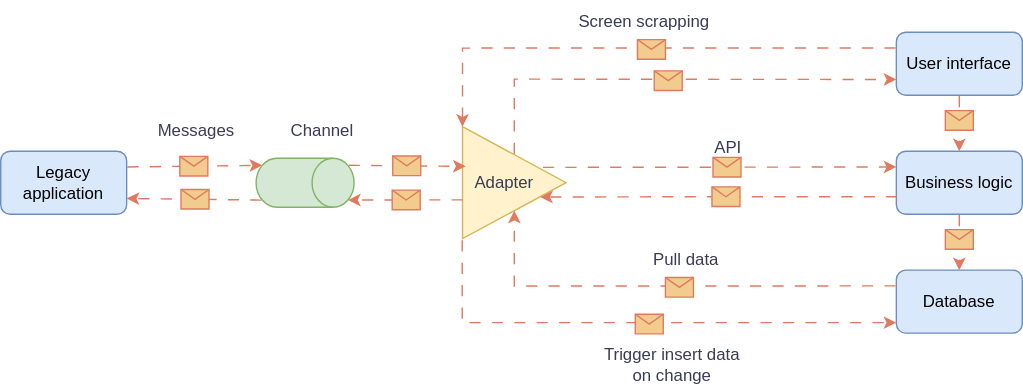
mladenkralev/integration-pattern keeps this draw.io diagram as images/ChannelAdapter.drawio.svg. Above is the earlier version. Source tidied: cells renumbered, new cells last; positions are measured from the earlier drawing's top-left corner, leaving out a move shared by most shapes.
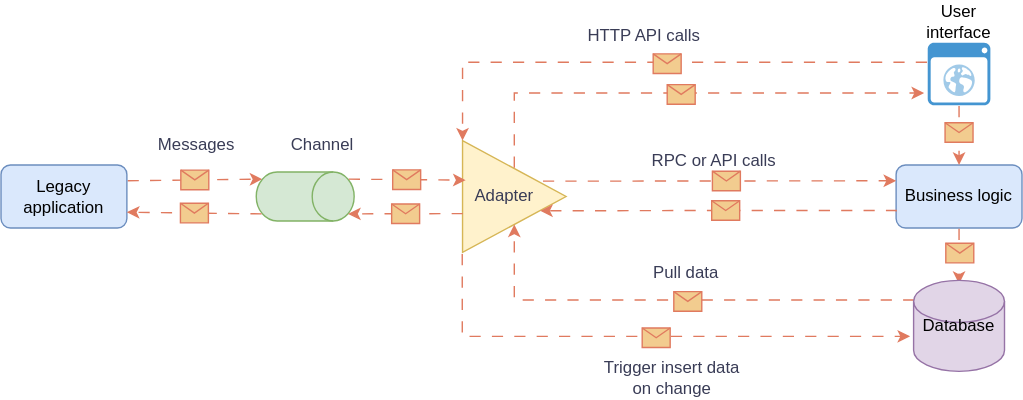
After the commit.

What changed in the source:
```diff
@@ -10,9 +10,6 @@
         <mxPoint x="-10" y="-7" as="offset" />
       </mxGeometry>
     </mxCell>
-    <mxCell id="4" value="User interface" style="rounded=1;whiteSpace=wrap;html=1;labelBackgroundColor=none;fillColor=#dae8fc;strokeColor=#6c8ebf;" parent="1" vertex="1">
-      <mxGeometry x="640" y="22.5" width="90" height="45" as="geometry" />
-    </mxCell>
     <mxCell id="5" value="Channel" style="text;html=1;align=center;verticalAlign=middle;whiteSpace=wrap;rounded=0;fontColor=#393C56;" parent="1" vertex="1">
       <mxGeometry x="180" y="77.5" width="100" height="30" as="geometry" />
     </mxCell>
@@ -25,9 +22,6 @@
     <mxCell id="8" value="Business logic" style="rounded=1;whiteSpace=wrap;html=1;labelBackgroundColor=none;fillColor=#dae8fc;strokeColor=#6c8ebf;" parent="1" vertex="1">
       <mxGeometry x="640" y="107.5" width="90" height="45" as="geometry" />
     </mxCell>
-    <mxCell id="9" value="Database" style="rounded=1;whiteSpace=wrap;html=1;labelBackgroundColor=none;fillColor=#dae8fc;strokeColor=#6c8ebf;" parent="1" vertex="1">
-      <mxGeometry x="640" y="192.5" width="90" height="45" as="geometry" />
-    </mxCell>
     <mxCell id="10" style="triangle;whiteSpace=wrap;html=1;fillColor=#fff2cc;strokeColor=#d6b656;" parent="1" vertex="1">
       <mxGeometry x="330" y="90" width="74" height="80" as="geometry" />
     </mxCell>
@@ -39,7 +33,7 @@
         <mxPoint x="-10" y="-7" as="offset" />
       </mxGeometry>
     </mxCell>
-    <mxCell id="13" style="endArrow=classic;html=1;rounded=0;flowAnimation=1;labelBackgroundColor=none;strokeColor=#E07A5F;fontColor=default;entryX=0.5;entryY=0;entryDx=0;entryDy=0;edgeStyle=orthogonalEdgeStyle;exitX=0.5;exitY=1;exitDx=0;exitDy=0;" parent="1" edge="1" source="4" target="8">
+    <mxCell id="13" style="endArrow=classic;html=1;rounded=0;flowAnimation=1;labelBackgroundColor=none;strokeColor=#E07A5F;fontColor=default;entryX=0.5;entryY=0;entryDx=0;entryDy=0;edgeStyle=orthogonalEdgeStyle;" parent="1" edge="1" source="40" target="8">
       <mxGeometry relative="1" as="geometry" />
     </mxCell>
     <mxCell id="14" style="shape=message;html=1;labelBackgroundColor=none;fillColor=#F2CC8F;strokeColor=#E07A5F;fontColor=#393C56;" parent="13" vertex="1">
@@ -47,8 +41,10 @@
         <mxPoint x="-10" y="-9" as="offset" />
       </mxGeometry>
     </mxCell>
-    <mxCell id="15" style="endArrow=classic;html=1;rounded=0;flowAnimation=1;labelBackgroundColor=none;strokeColor=#E07A5F;fontColor=default;entryX=0.5;entryY=0;entryDx=0;entryDy=0;edgeStyle=orthogonalEdgeStyle;exitX=0.5;exitY=1;exitDx=0;exitDy=0;" parent="1" edge="1" source="8" target="9">
-      <mxGeometry relative="1" as="geometry" />
+    <mxCell id="15" style="endArrow=classic;html=1;rounded=0;flowAnimation=1;labelBackgroundColor=none;strokeColor=#E07A5F;fontColor=default;entryX=0.5;entryY=0;entryDx=0;entryDy=0;edgeStyle=orthogonalEdgeStyle;exitX=0.5;exitY=1;exitDx=0;exitDy=0;" parent="1" edge="1" source="8">
+      <mxGeometry relative="1" as="geometry">
+        <mxPoint x="685" y="192.5" as="targetPoint" />
+      </mxGeometry>
     </mxCell>
     <mxCell id="16" style="shape=message;html=1;labelBackgroundColor=none;fillColor=#F2CC8F;strokeColor=#E07A5F;fontColor=#393C56;" parent="15" vertex="1">
       <mxGeometry width="20" height="14" relative="1" as="geometry">
@@ -91,7 +87,7 @@
     </mxCell>
     <mxCell id="25" style="endArrow=classic;html=1;rounded=0;flowAnimation=1;labelBackgroundColor=none;strokeColor=#E07A5F;fontColor=default;edgeStyle=orthogonalEdgeStyle;startArrow=none;startFill=0;exitX=-0.003;exitY=1.008;exitDx=0;exitDy=0;exitPerimeter=0;" parent="1" edge="1" source="10">
       <mxGeometry relative="1" as="geometry">
-        <mxPoint x="640" y="230" as="targetPoint" />
+        <mxPoint x="650" y="230" as="targetPoint" />
         <Array as="points">
           <mxPoint x="330" y="230" />
         </Array>
@@ -105,9 +101,10 @@
     <mxCell id="27" value="Trigger insert data on change" style="text;html=1;align=center;verticalAlign=middle;whiteSpace=wrap;rounded=0;fontColor=#393C56;" parent="1" vertex="1">
       <mxGeometry x="430" y="245" width="100" height="30" as="geometry" />
     </mxCell>
-    <mxCell id="28" style="endArrow=classic;html=1;rounded=0;flowAnimation=1;labelBackgroundColor=none;strokeColor=#E07A5F;fontColor=default;edgeStyle=orthogonalEdgeStyle;startArrow=none;startFill=0;exitX=0;exitY=0.25;exitDx=0;exitDy=0;entryX=0.5;entryY=1;entryDx=0;entryDy=0;" parent="1" edge="1" source="9" target="10">
+    <mxCell id="28" style="endArrow=classic;html=1;rounded=0;flowAnimation=1;labelBackgroundColor=none;strokeColor=#E07A5F;fontColor=default;edgeStyle=orthogonalEdgeStyle;startArrow=none;startFill=0;exitX=0;exitY=0;exitDx=0;exitDy=15;entryX=0.5;entryY=1;entryDx=0;entryDy=0;exitPerimeter=0;" parent="1" edge="1" source="39" target="10">
       <mxGeometry relative="1" as="geometry">
         <Array as="points">
+          <mxPoint x="653" y="204" />
           <mxPoint x="367" y="204" />
         </Array>
       </mxGeometry>
@@ -120,8 +117,8 @@
     <mxCell id="30" value="Pull data" style="text;html=1;align=center;verticalAlign=middle;whiteSpace=wrap;rounded=0;fontColor=#393C56;" parent="1" vertex="1">
       <mxGeometry x="440" y="170" width="100" height="30" as="geometry" />
     </mxCell>
-    <mxCell id="31" value="API" style="text;html=1;align=center;verticalAlign=middle;whiteSpace=wrap;rounded=0;fontColor=#393C56;" parent="1" vertex="1">
-      <mxGeometry x="470" y="90" width="100" height="30" as="geometry" />
+    <mxCell id="31" value="RPC or API calls" style="text;html=1;align=center;verticalAlign=middle;whiteSpace=wrap;rounded=0;fontColor=#393C56;" parent="1" vertex="1">
+      <mxGeometry x="460" y="90" width="100" height="30" as="geometry" />
     </mxCell>
     <mxCell id="32" style="endArrow=classic;html=1;rounded=0;flowAnimation=1;labelBackgroundColor=none;strokeColor=#E07A5F;fontColor=default;entryX=0.75;entryY=0.628;entryDx=0;entryDy=0;edgeStyle=orthogonalEdgeStyle;exitX=0;exitY=0.75;exitDx=0;exitDy=0;entryPerimeter=0;" parent="1" edge="1" source="8" target="10">
       <mxGeometry relative="1" as="geometry">
@@ -136,12 +133,11 @@
         <mxPoint x="-5" y="-7" as="offset" />
       </mxGeometry>
     </mxCell>
-    <mxCell id="34" style="endArrow=classic;html=1;rounded=0;flowAnimation=1;labelBackgroundColor=none;strokeColor=#E07A5F;fontColor=default;edgeStyle=orthogonalEdgeStyle;startArrow=none;startFill=0;exitX=0;exitY=0.25;exitDx=0;exitDy=0;" parent="1" edge="1" source="4">
+    <mxCell id="34" style="endArrow=classic;html=1;rounded=0;flowAnimation=1;labelBackgroundColor=none;strokeColor=#E07A5F;fontColor=default;edgeStyle=orthogonalEdgeStyle;startArrow=none;startFill=0;" parent="1" edge="1" source="40">
       <mxGeometry relative="1" as="geometry">
         <mxPoint x="330" y="90" as="targetPoint" />
         <Array as="points">
           <mxPoint x="330" y="34" />
-          <mxPoint x="330" y="89" />
         </Array>
       </mxGeometry>
     </mxCell>
@@ -150,8 +146,9 @@
         <mxPoint x="-2" y="-6" as="offset" />
       </mxGeometry>
     </mxCell>
-    <mxCell id="36" style="endArrow=classic;html=1;rounded=0;flowAnimation=1;labelBackgroundColor=none;strokeColor=#E07A5F;fontColor=default;edgeStyle=orthogonalEdgeStyle;startArrow=none;startFill=0;exitX=0.5;exitY=0;exitDx=0;exitDy=0;entryX=0;entryY=0.75;entryDx=0;entryDy=0;" parent="1" edge="1" source="10" target="4">
+    <mxCell id="36" style="endArrow=classic;html=1;rounded=0;flowAnimation=1;labelBackgroundColor=none;strokeColor=#E07A5F;fontColor=default;edgeStyle=orthogonalEdgeStyle;startArrow=none;startFill=0;exitX=0.5;exitY=0;exitDx=0;exitDy=0;" parent="1" edge="1" source="10">
       <mxGeometry relative="1" as="geometry">
+        <mxPoint x="660" y="56" as="targetPoint" />
         <Array as="points">
           <mxPoint x="374" y="56" />
           <mxPoint x="630" y="56" />
@@ -163,8 +160,20 @@
         <mxPoint x="-10" y="-6" as="offset" />
       </mxGeometry>
     </mxCell>
-    <mxCell id="38" value="Screen scrapping" style="text;html=1;align=center;verticalAlign=middle;whiteSpace=wrap;rounded=0;fontColor=#393C56;" parent="1" vertex="1">
+    <mxCell id="38" value="HTTP API calls" style="text;html=1;align=center;verticalAlign=middle;whiteSpace=wrap;rounded=0;fontColor=#393C56;" parent="1" vertex="1">
       <mxGeometry x="410" width="100" height="30" as="geometry" />
     </mxCell>
+    <mxCell id="39" style="shape=cylinder3;whiteSpace=wrap;html=1;boundedLbl=1;backgroundOutline=1;size=15;fillColor=#e1d5e7;strokeColor=#9673a6;" parent="1" vertex="1">
+      <mxGeometry x="652.5" y="190" width="65" height="65" as="geometry" />
+    </mxCell>
+    <mxCell id="9" value="Database" style="text;html=1;align=center;verticalAlign=middle;whiteSpace=wrap;rounded=0;" parent="1" vertex="1">
+      <mxGeometry x="655" y="207.5" width="60" height="30" as="geometry" />
+    </mxCell>
+    <mxCell id="40" style="shadow=0;dashed=0;html=1;strokeColor=none;fillColor=#4495D1;labelPosition=center;verticalLabelPosition=bottom;verticalAlign=top;align=center;outlineConnect=0;shape=mxgraph.veeam.2d.web_ui;" parent="1" vertex="1">
+      <mxGeometry x="662.6" y="20" width="44.8" height="44.8" as="geometry" />
+    </mxCell>
+    <mxCell id="4" value="User interface" style="text;html=1;align=center;verticalAlign=middle;whiteSpace=wrap;rounded=0;" parent="1" vertex="1">
+      <mxGeometry x="655" y="-10" width="60" height="30" as="geometry" />
+    </mxCell>
   </root>
 </mxGraphModel>
```
